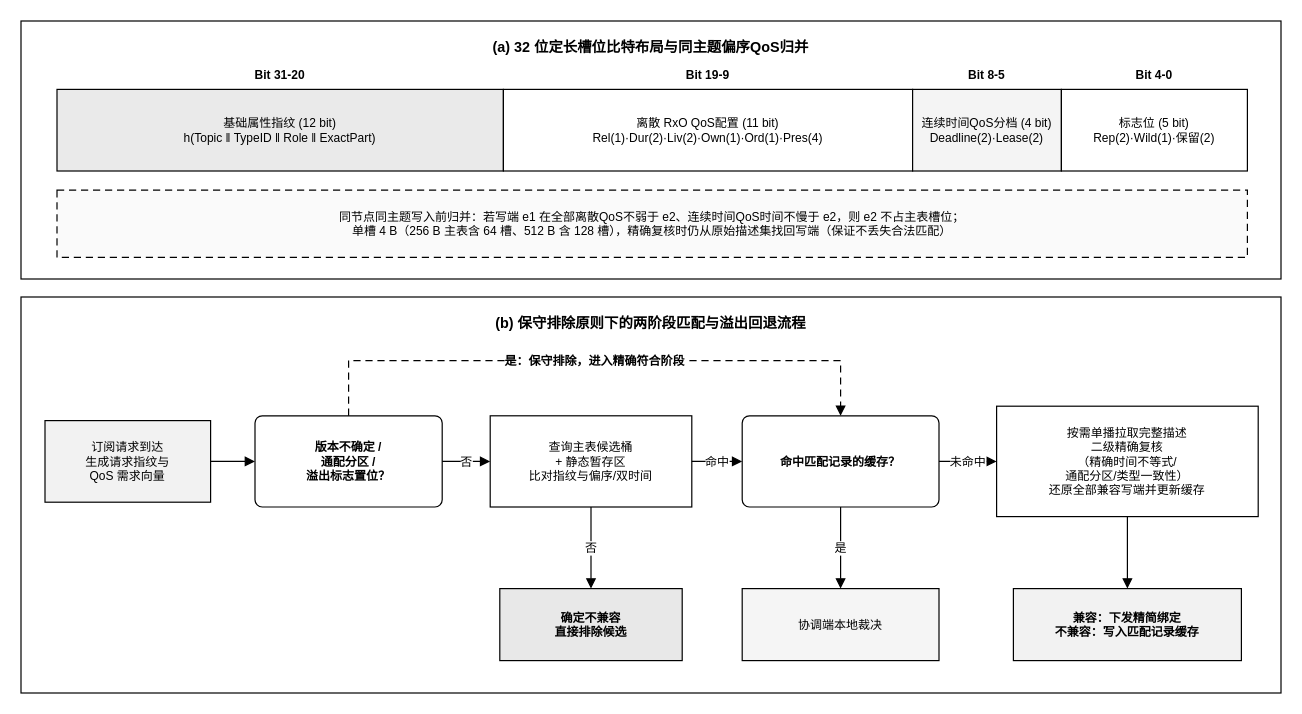
Earlier version of the draw.io diagram page "图4_32位槽位与两阶段匹配" (4 of 6) of 开题初稿2.drawio (fansunjia-glitch/dds_control). Source tidied: cells renumbered, new cells numbered last; positions are measured from the earlier drawing's top-left corner, leaving out a move shared by most shapes. Both pictures are drawn from the tidied source at 120%, with x=0, y=0 at pixel (20, 20).
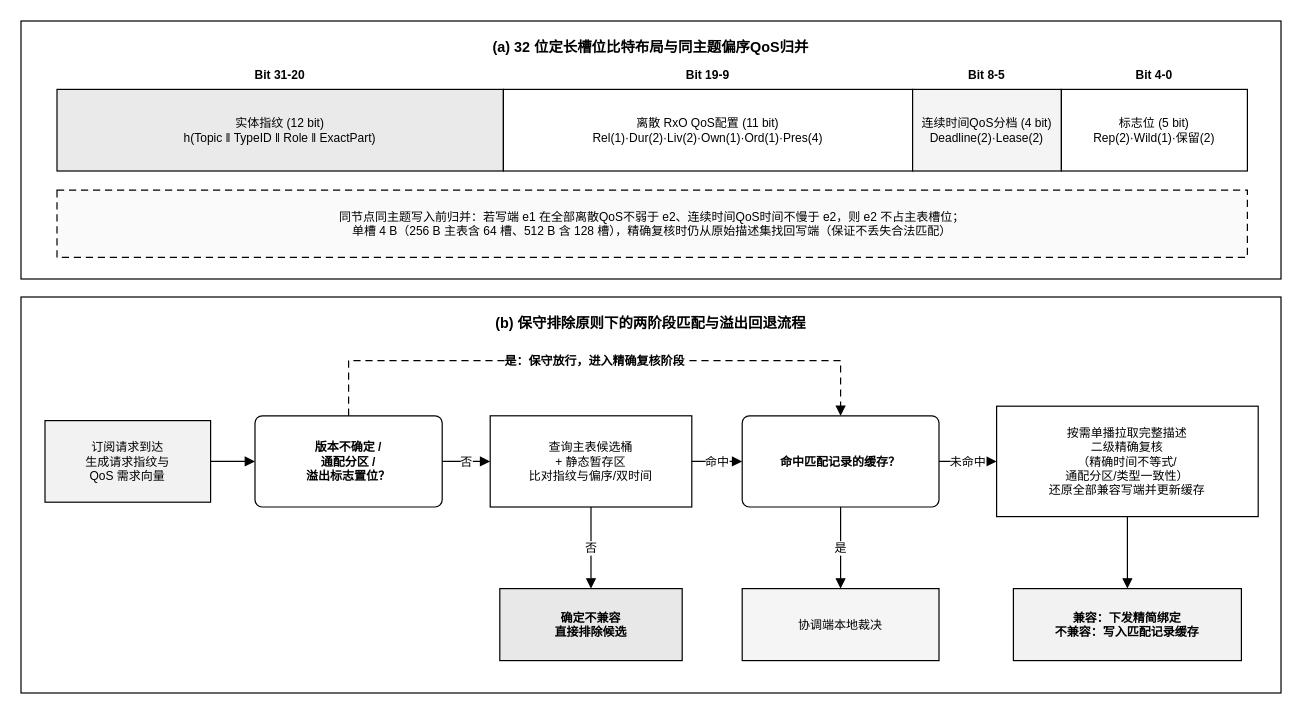
The same diagram, later.

Commit message:
更新开题初稿2.drawio

Change to the diagram source:
```diff
@@
-    <mxCell id="4" value="基础属性指纹 (12 bit)&lt;br&gt;h(Topic ‖ TypeID ‖ Role ‖ ExactPart)" style="rounded=0;whiteSpace=wrap;html=1;fillColor=#EAEAEA;strokeColor=#000000;fontColor=#000000;fontFamily=Microsoft YaHei;fontSize=10;" parent="1" vertex="1">
+    <mxCell id="4" value="实体指纹 (12 bit)&lt;br&gt;h(Topic ‖ TypeID ‖ Role ‖ ExactPart)" style="rounded=0;whiteSpace=wrap;html=1;fillColor=#EAEAEA;strokeColor=#000000;fontColor=#000000;fontFamily=Microsoft YaHei;fontSize=10;" parent="1" vertex="1">
       <mxGeometry x="30" y="57" width="372" height="68" as="geometry" />
     </mxCell>
@@
-    <mxCell id="23" value="是：保守排除，进入精确符合阶段" style="edgeStyle=orthogonalEdgeStyle;rounded=0;html=1;strokeColor=#000000;fontColor=#000000;fontFamily=Microsoft YaHei;fontSize=10;dashed=1;dashPattern=6 4;endArrow=block;endFill=1;startArrow=none;fontStyle=1;labelBackgroundColor=#FFFFFF;" parent="1" edge="1">
+    <mxCell id="23" value="是：保守放行，进入精确复核阶段" style="edgeStyle=orthogonalEdgeStyle;rounded=0;html=1;strokeColor=#000000;fontColor=#000000;fontFamily=Microsoft YaHei;fontSize=10;dashed=1;dashPattern=6 4;endArrow=block;endFill=1;startArrow=none;fontStyle=1;labelBackgroundColor=#FFFFFF;" parent="1" edge="1">
       <mxGeometry relative="1" as="geometry">
         <mxPoint x="273" y="329" as="sourcePoint" />
         <mxPoint x="683" y="329" as="targetPoint" />
         <Array as="points">
           <mxPoint x="273" y="283" />
           <mxPoint x="683" y="283" />
         </Array>
       </mxGeometry>
     </mxCell>
```
